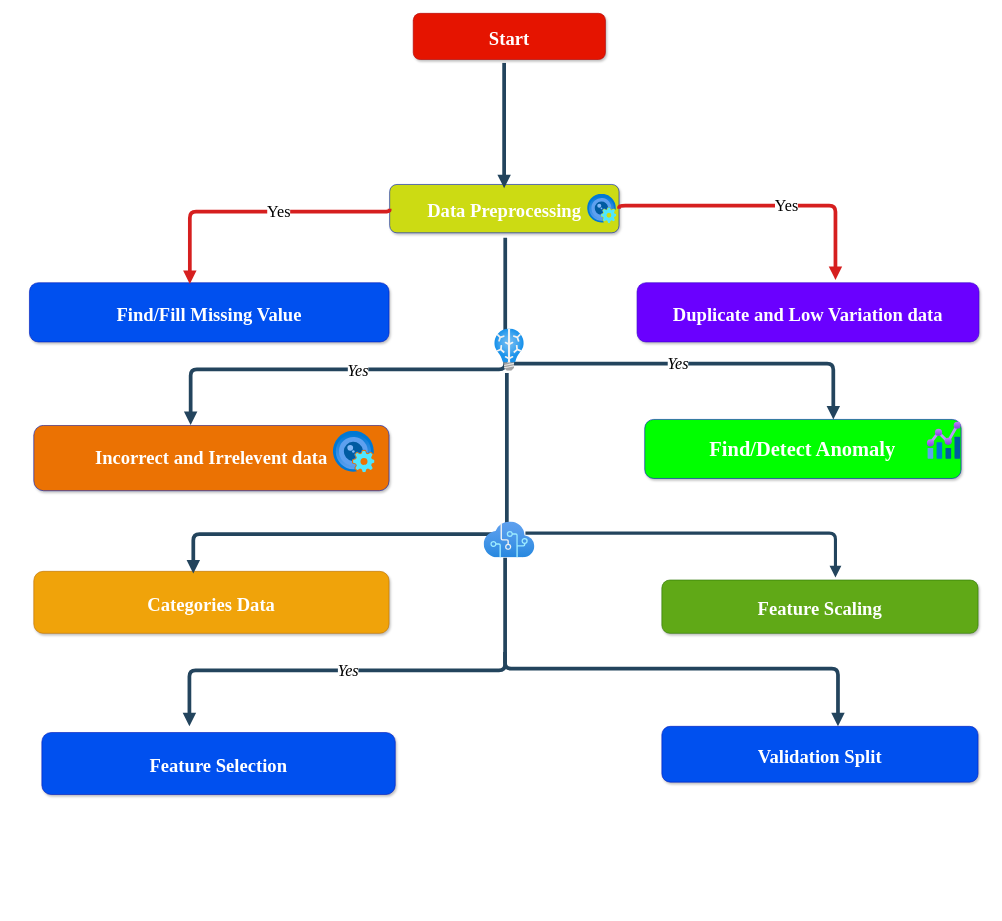
Earlier version of the draw.io diagram page "Data Preprocessing" (2 of 3) of Untitled Diagram.drawio (Danut168/Advertistiing-Bugdet-and-Sales). Source tidied: cells renumbered, new cells numbered last; positions are measured from the earlier drawing's top-left corner, leaving out a move shared by most shapes. Both pictures are drawn from the tidied source at 62%, with x=0, y=0 at pixel (29, 13).
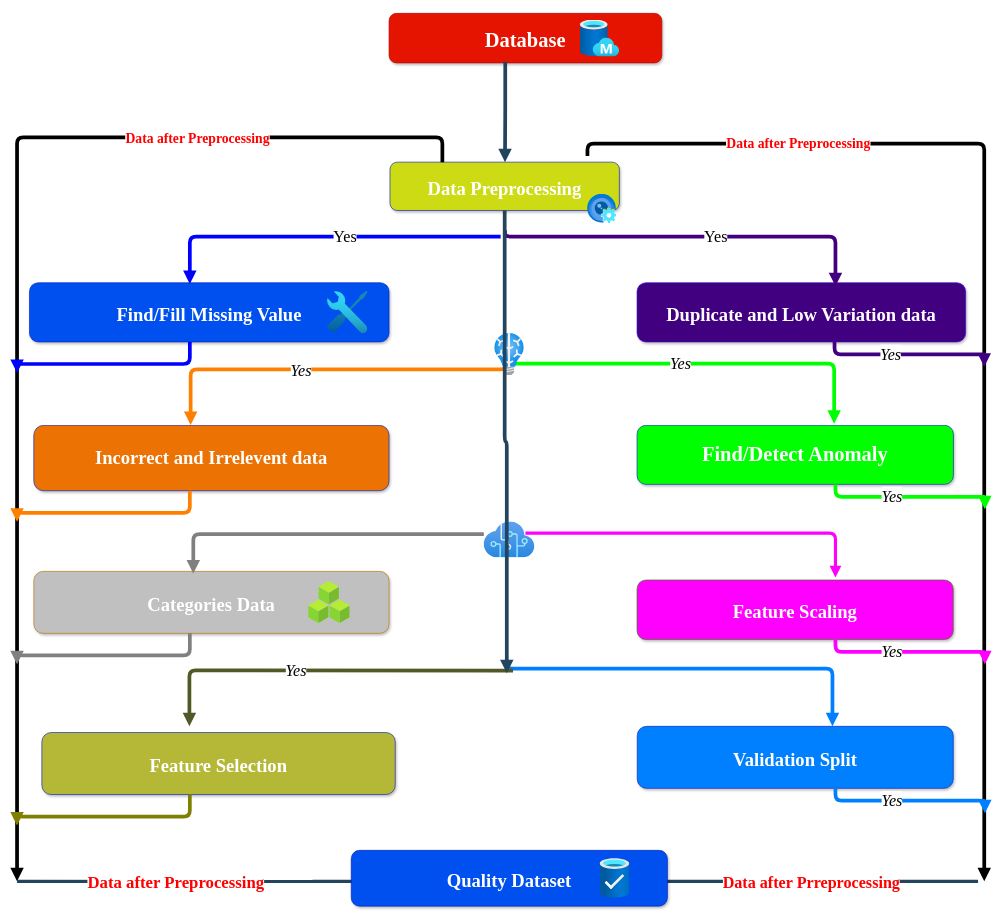
After the change.

The change refers to these unchanged cells:
```xml
<mxCell id="2" value="Find/Fill Missing Value" style="rounded=1;fillColor=#0050ef;strokeColor=#001DBC;shadow=1;fontStyle=1;fontColor=#ffffff;fontSize=30;fontFamily=Times New Roman;" parent="1" vertex="1">
  <mxGeometry y="434.5" width="580" height="95.5" as="geometry" />
</mxCell>
<mxCell id="29" style="image;html=1;points=[];align=center;fontSize=12;image=img/lib/azure2/ai_machine_learning/Cognitive_Services.svg;" parent="1" vertex="1">
  <mxGeometry x="732.9" y="820" width="82.2" height="58" as="geometry" />
</mxCell>
```

Change to the diagram source:
```diff
@@
-    <mxCell id="3" value="Categories Data" style="rounded=1;fillColor=#f0a30a;strokeColor=#BD7000;shadow=1;fontStyle=1;fontColor=#ffffff;fontSize=30;fontFamily=Times New Roman;" parent="1" vertex="1">
+    <mxCell id="3" value="Categories Data" style="rounded=1;fillColor=#c0c0c0;strokeColor=#BD7000;shadow=1;fontStyle=1;fontColor=#ffffff;fontSize=30;fontFamily=Times New Roman;" parent="1" vertex="1">
       <mxGeometry x="7" y="900" width="573" height="100" as="geometry" />
     </mxCell>
-    <mxCell id="4" value="Feature Scaling" style="rounded=1;fillColor=#60a917;strokeColor=#2D7600;shadow=1;fontStyle=1;fontColor=#ffffff;fontSize=30;fontFamily=Times New Roman;" parent="1" vertex="1">
-      <mxGeometry x="1020" y="914" width="510" height="86" as="geometry" />
+    <mxCell id="4" value="Feature Scaling" style="rounded=1;fillColor=#ff00ff;strokeColor=#2D7600;shadow=1;fontStyle=1;fontColor=#ffffff;fontSize=30;fontFamily=Times New Roman;" parent="1" vertex="1">
+      <mxGeometry x="980" y="914" width="510" height="96" as="geometry" />
     </mxCell>
-    <mxCell id="5" value="Validation Split" style="rounded=1;fillColor=#0050ef;strokeColor=#001DBC;shadow=1;fontStyle=1;fontSize=30;fontFamily=Times New Roman;fontColor=#ffffff;" parent="1" vertex="1">
-      <mxGeometry x="1020" y="1150" width="510" height="90" as="geometry" />
+    <mxCell id="5" value="Validation Split" style="rounded=1;fillColor=#0080ff;strokeColor=#001DBC;shadow=1;fontStyle=1;fontSize=30;fontFamily=Times New Roman;fontColor=#ffffff;" parent="1" vertex="1">
+      <mxGeometry x="980.3" y="1150" width="509.7" height="100" as="geometry" />
     </mxCell>
-    <mxCell id="6" value="Start" style="rounded=1;shadow=1;fontStyle=1;fontSize=30;fillColor=#e51400;fillStyle=auto;fontFamily=Times New Roman;fontColor=#ffffff;strokeColor=#B20000;" parent="1" vertex="1">
-      <mxGeometry x="619" width="310" height="74.5" as="geometry" />
+    <mxCell id="6" value="Database" style="rounded=1;shadow=1;fontStyle=1;fontSize=33;fillColor=#e51400;fillStyle=auto;fontFamily=Times New Roman;fontColor=#ffffff;strokeColor=#B20000;" parent="1" vertex="1">
+      <mxGeometry x="580" width="440" height="80" as="geometry" />
     </mxCell>
     <mxCell id="7" value="Data Preprocessing" style="rounded=1;fillColor=#ccdb13;strokeColor=#001DBC;shadow=1;fontStyle=1;fontColor=#ffffff;fontSize=30;fontFamily=Times New Roman;" parent="1" vertex="1">
-      <mxGeometry x="581" y="276" width="370" height="78" as="geometry" />
+      <mxGeometry x="581.5" y="240" width="370" height="78" as="geometry" />
     </mxCell>
-    <mxCell id="8" value="Duplicate and Low Variation data" style="rounded=1;fillColor=#6a00ff;strokeColor=#3700CC;shadow=1;fontStyle=1;fontColor=#ffffff;fontSize=30;fontFamily=Times New Roman;" parent="1" vertex="1">
-      <mxGeometry x="980" y="434.5" width="551.5" height="95.5" as="geometry" />
+    <mxCell id="8" value="Duplicate and Low Variation data" style="rounded=1;fillColor=#400080;strokeColor=#3700CC;shadow=1;fontStyle=1;fontColor=#ffffff;fontSize=30;fontFamily=Times New Roman;" parent="1" vertex="1">
+      <mxGeometry x="980" y="434.5" width="530" height="95.5" as="geometry" />
     </mxCell>
     <mxCell id="9" style="edgeStyle=elbowEdgeStyle;elbow=vertical;strokeWidth=6;endArrow=block;endFill=1;fontStyle=1;strokeColor=#23445D;flowAnimation=1;" parent="1" edge="1">
       <mxGeometry x="22" y="165.5" as="geometry">
-        <mxPoint x="765.6" y="80" as="sourcePoint" />
-        <mxPoint x="765.6" y="282" as="targetPoint" />
+        <mxPoint x="767.4" y="78" as="sourcePoint" />
+        <mxPoint x="767" y="240" as="targetPoint" />
       </mxGeometry>
     </mxCell>
-    <mxCell id="10" style="edgeStyle=elbowEdgeStyle;elbow=vertical;strokeWidth=6;endArrow=block;endFill=1;fontStyle=1;strokeColor=#d61f1f;flowAnimation=1;shadow=0;textShadow=0;exitX=0;exitY=0.5;exitDx=0;exitDy=0;entryX=0.446;entryY=0.022;entryDx=0;entryDy=0;entryPerimeter=0;" parent="1" edge="1" source="7" target="2">
+    <mxCell id="10" style="edgeStyle=elbowEdgeStyle;elbow=vertical;strokeWidth=6;endArrow=block;endFill=1;fontStyle=1;strokeColor=#0000ff;flowAnimation=1;shadow=0;textShadow=0;entryX=0.446;entryY=0.022;entryDx=0;entryDy=0;entryPerimeter=0;" parent="1" edge="1" target="2">
       <mxGeometry x="22" y="165.5" as="geometry">
+        <mxPoint x="760" y="360" as="sourcePoint" />
         <Array as="points">
-          <mxPoint x="508" y="320" />
+          <mxPoint x="500" y="360" />
           <mxPoint x="480" y="323" />
           <mxPoint x="732" y="430" />
         </Array>
       </mxGeometry>
     </mxCell>
@@
-    <mxCell id="12" style="edgeStyle=elbowEdgeStyle;elbow=vertical;strokeWidth=6;endArrow=block;endFill=1;fontStyle=1;strokeColor=#23445D;flowAnimation=1;entryX=0.449;entryY=0.035;entryDx=0;entryDy=0;entryPerimeter=0;" parent="1" edge="1" target="3">
+    <mxCell id="12" style="edgeStyle=elbowEdgeStyle;elbow=vertical;strokeWidth=6;endArrow=block;endFill=1;fontStyle=1;strokeColor=#808080;flowAnimation=1;entryX=0.449;entryY=0.035;entryDx=0;entryDy=0;entryPerimeter=0;" parent="1" edge="1" source="29" target="3">
       <mxGeometry x="22" y="165.5" as="geometry">
-        <mxPoint x="770" y="580" as="sourcePoint" />
         <Array as="points">
           <mxPoint x="520" y="840" />
           <mxPoint x="510" y="860" />
         </Array>
       </mxGeometry>
     </mxCell>
-    <mxCell id="13" style="edgeStyle=elbowEdgeStyle;elbow=vertical;strokeWidth=6;endArrow=block;endFill=1;fontStyle=1;strokeColor=#23445D;flowAnimation=1;entryX=0.557;entryY=0;entryDx=0;entryDy=0;entryPerimeter=0;" parent="1" edge="1" target="5">
+    <mxCell id="13" style="edgeStyle=elbowEdgeStyle;elbow=vertical;strokeWidth=6;endArrow=block;endFill=1;fontStyle=1;strokeColor=#0080ff;flowAnimation=1;entryX=0.557;entryY=0;entryDx=0;entryDy=0;entryPerimeter=0;" parent="1" edge="1">
       <mxGeometry x="22" y="165.5" as="geometry">
-        <mxPoint x="767" y="1030" as="sourcePoint" />
+        <mxPoint x="770" y="1050" as="sourcePoint" />
+        <mxPoint x="1295.2" y="1150" as="targetPoint" />
         <Array as="points">
-          <mxPoint x="824" y="1057" />
-          <mxPoint x="945" y="1032" />
+          <mxPoint x="855" y="1057" />
+          <mxPoint x="976" y="1032" />
         </Array>
       </mxGeometry>
     </mxCell>
@@
-    <mxCell id="15" value="Feature Selection " style="rounded=1;fillColor=#0050ef;strokeColor=#001DBC;shadow=1;fontStyle=1;fontColor=#ffffff;fontSize=30;fontFamily=Times New Roman;" parent="1" vertex="1">
+    <mxCell id="15" value="Feature Selection " style="rounded=1;fillColor=#b5b836;strokeColor=#001DBC;shadow=1;fontStyle=1;fontColor=#ffffff;fontSize=30;fontFamily=Times New Roman;" parent="1" vertex="1">
       <mxGeometry x="20" y="1160" width="570" height="100" as="geometry" />
     </mxCell>
-    <mxCell id="16" style="edgeStyle=elbowEdgeStyle;elbow=vertical;strokeWidth=5;endArrow=block;endFill=1;fontStyle=1;strokeColor=#23445D;flowAnimation=1;exitX=0.816;exitY=0.317;exitDx=0;exitDy=0;exitPerimeter=0;" parent="1" edge="1" source="29">
+    <mxCell id="16" style="edgeStyle=elbowEdgeStyle;elbow=vertical;strokeWidth=5;endArrow=block;endFill=1;fontStyle=1;strokeColor=#ff00ff;flowAnimation=1;exitX=0.816;exitY=0.317;exitDx=0;exitDy=0;exitPerimeter=0;" parent="1" edge="1" source="29">
       <mxGeometry x="22" y="165.5" as="geometry">
         <mxPoint x="1300" y="910" as="targetPoint" />
         <Array as="points">
           <mxPoint x="1002" y="838.4" />
         </Array>
       </mxGeometry>
     </mxCell>
-    <mxCell id="17" style="edgeStyle=elbowEdgeStyle;elbow=vertical;strokeWidth=6;endArrow=block;endFill=1;fontStyle=1;strokeColor=#23445D;flowAnimation=1;exitX=0.531;exitY=1.07;exitDx=0;exitDy=0;exitPerimeter=0;" parent="1" edge="1">
+    <mxCell id="17" style="edgeStyle=elbowEdgeStyle;elbow=vertical;strokeWidth=6;endArrow=block;endFill=1;fontStyle=1;strokeColor=#ff8000;flowAnimation=1;" parent="1" edge="1">
       <mxGeometry x="22" y="165.5" as="geometry">
-        <mxPoint x="767.4" y="362" as="sourcePoint" />
+        <mxPoint x="770" y="550" as="sourcePoint" />
         <mxPoint x="260" y="664" as="targetPoint" />
         <Array as="points">
           <mxPoint x="622.9" y="574.3" />
         </Array>
       </mxGeometry>
     </mxCell>
@@
     <mxCell id="19" value="Find/Detect Anomaly " style="whiteSpace=wrap;html=1;fontSize=33;fillColor=#00ff00;strokeColor=#001DBC;fontColor=#ffffff;rounded=1;shadow=1;fontStyle=1;fontFamily=Times New Roman;" parent="1" vertex="1">
-      <mxGeometry x="992.4" y="655" width="510.3" height="95.2" as="geometry" />
+      <mxGeometry x="980" y="664.5" width="510.3" height="95.2" as="geometry" />
     </mxCell>
-    <mxCell id="20" style="edgeStyle=elbowEdgeStyle;elbow=vertical;strokeWidth=6;endArrow=block;endFill=1;fontStyle=1;strokeColor=#23445D;flowAnimation=1;entryX=0.596;entryY=0;entryDx=0;entryDy=0;entryPerimeter=0;" parent="1" edge="1" target="19">
+    <mxCell id="20" style="edgeStyle=elbowEdgeStyle;elbow=vertical;strokeWidth=6;endArrow=block;endFill=1;fontStyle=1;strokeColor=#00ff00;flowAnimation=1;entryX=0.623;entryY=-0.026;entryDx=0;entryDy=0;entryPerimeter=0;" parent="1" edge="1" target="19">
       <mxGeometry x="22" y="165.5" as="geometry">
         <mxPoint x="772" y="572" as="sourcePoint" />
         <Array as="points">
           <mxPoint x="1027" y="565" />
         </Array>
       </mxGeometry>
     </mxCell>
@@
-    <mxCell id="22" style="image;html=1;align=center;fontSize=12;image=img/lib/azure2/management_governance/Metrics.svg;" parent="1" vertex="1">
-      <mxGeometry x="1447.9" y="655" width="54.8" height="68" as="geometry" />
-    </mxCell>
-    <mxCell id="23" style="image;html=1;align=center;fontSize=12;image=img/lib/azure2/ai_machine_learning/Custom_Vision.svg;" parent="1" vertex="1">
-      <mxGeometry x="490" y="673.8" width="67" height="67" as="geometry" />
-    </mxCell>
     <mxCell id="24" style="image;html=1;align=center;fontSize=12;image=img/lib/azure2/ai_machine_learning/Batch_AI.svg;" parent="1" vertex="1">
-      <mxGeometry x="750" y="509" width="48" height="68" as="geometry" />
+      <mxGeometry x="750" y="516.2" width="48" height="68" as="geometry" />
     </mxCell>
@@
-    <mxCell id="26" style="edgeStyle=elbowEdgeStyle;elbow=vertical;strokeWidth=6;endArrow=block;endFill=1;fontStyle=1;strokeColor=#d61f1f;flowAnimation=1;shadow=0;textShadow=0;exitX=1;exitY=0.5;exitDx=0;exitDy=0;" parent="1" edge="1" source="7">
+    <mxCell id="26" style="edgeStyle=elbowEdgeStyle;elbow=vertical;strokeWidth=6;endArrow=block;endFill=1;fontStyle=1;strokeColor=#400080;flowAnimation=1;shadow=0;textShadow=0;" parent="1" edge="1">
       <mxGeometry x="22" y="165.5" as="geometry">
-        <mxPoint x="1300" y="430" as="targetPoint" />
+        <mxPoint x="767" y="350" as="sourcePoint" />
+        <mxPoint x="1300" y="440" as="targetPoint" />
         <Array as="points">
-          <mxPoint x="1178" y="310" />
-          <mxPoint x="1150" y="313" />
-          <mxPoint x="1402" y="420" />
+          <mxPoint x="1164" y="360" />
+          <mxPoint x="1136" y="363" />
+          <mxPoint x="1388" y="470" />
         </Array>
       </mxGeometry>
     </mxCell>
@@
-    <mxCell id="30" style="edgeStyle=elbowEdgeStyle;elbow=vertical;strokeWidth=6;endArrow=block;endFill=1;fontStyle=1;strokeColor=#23445D;flowAnimation=1;entryX=0.452;entryY=-0.03;entryDx=0;entryDy=0;entryPerimeter=0;" parent="1" edge="1">
+    <mxCell id="30" style="edgeStyle=elbowEdgeStyle;elbow=vertical;strokeWidth=6;endArrow=block;endFill=1;fontStyle=1;strokeColor=#535827;flowAnimation=1;entryX=0.452;entryY=-0.03;entryDx=0;entryDy=0;entryPerimeter=0;" parent="1" edge="1">
       <mxGeometry x="22" y="165.5" as="geometry">
-        <mxPoint x="767.2" y="878" as="sourcePoint" />
+        <mxPoint x="780" y="1060" as="sourcePoint" />
         <mxPoint x="258" y="1150" as="targetPoint" />
         <Array as="points">
           <mxPoint x="630.9" y="1059.8" />
         </Array>
       </mxGeometry>
     </mxCell>
@@
+    <mxCell id="32" style="image;html=1;align=center;fontSize=12;image=img/lib/azure2/databases/Managed_Database.svg;" parent="1" vertex="1">
+      <mxGeometry x="888.3" y="10.5" width="63.2" height="59.5" as="geometry" />
+    </mxCell>
+    <mxCell id="33" style="edgeStyle=elbowEdgeStyle;elbow=vertical;strokeWidth=6;endArrow=block;endFill=1;fontStyle=1;strokeColor=#000000;flowAnimation=1;shadow=0;textShadow=0;" parent="1" edge="1">
+      <mxGeometry x="22" y="165.5" as="geometry">
+        <mxPoint x="666" y="240" as="sourcePoint" />
+        <mxPoint x="-20" y="1400" as="targetPoint" />
+        <Array as="points">
+          <mxPoint x="221" y="200" />
+          <mxPoint x="201" y="163" />
+          <mxPoint x="453" y="270" />
+        </Array>
+      </mxGeometry>
+    </mxCell>
+    <mxCell id="34" value="&lt;font style=&quot;font-size: 22px;&quot; face=&quot;Times New Roman&quot; color=&quot;#ff0000&quot;&gt;&lt;b style=&quot;font-size: 22px;&quot;&gt;Data after Preprocessing&lt;/b&gt;&lt;/font&gt;" style="edgeLabel;html=1;align=center;verticalAlign=middle;fontSize=22;" parent="33" vertex="1">
+      <mxGeometry relative="1" as="geometry">
+        <mxPoint x="290" y="-236" as="offset" />
+      </mxGeometry>
+    </mxCell>
+    <mxCell id="35" style="edgeStyle=elbowEdgeStyle;elbow=vertical;strokeWidth=6;endArrow=block;endFill=1;fontStyle=1;strokeColor=#000000;flowAnimation=1;shadow=0;textShadow=0;" parent="1" edge="1">
+      <mxGeometry x="22" y="165.5" as="geometry">
+        <mxPoint x="900" y="230" as="sourcePoint" />
+        <mxPoint x="1540" y="1400" as="targetPoint" />
+        <Array as="points">
+          <mxPoint x="1791" y="210" />
+          <mxPoint x="1771" y="173" />
+          <mxPoint x="2023" y="280" />
+        </Array>
+      </mxGeometry>
+    </mxCell>
+    <mxCell id="36" value="&lt;b&gt;&lt;font face=&quot;Times New Roman&quot; style=&quot;font-size: 22px;&quot;&gt;&lt;font style=&quot;font-size: 22px;&quot; color=&quot;#ff0000&quot;&gt;Data after Preprocessing &lt;/font&gt;&lt;br&gt;&lt;/font&gt;&lt;/b&gt;" style="edgeLabel;html=1;align=center;verticalAlign=middle;" parent="35" vertex="1">
+      <mxGeometry relative="1" as="geometry">
+        <mxPoint x="-301" y="-266" as="offset" />
+      </mxGeometry>
+    </mxCell>
+    <mxCell id="37" style="edgeStyle=elbowEdgeStyle;elbow=vertical;strokeWidth=5;endArrow=block;endFill=1;fontStyle=1;strokeColor=#23445D;flowAnimation=1;" parent="1" edge="1">
+      <mxGeometry x="22" y="165.5" as="geometry">
+        <mxPoint x="-20" y="1400" as="sourcePoint" />
+        <mxPoint x="620" y="1400" as="targetPoint" />
+        <Array as="points">
+          <mxPoint x="92" y="1400.4" />
+        </Array>
+      </mxGeometry>
+    </mxCell>
+    <mxCell id="38" value="&lt;b&gt;&lt;font size=&quot;1&quot; face=&quot;Times New Roman&quot;&gt;&lt;font style=&quot;font-size: 27px;&quot; color=&quot;#ff0000&quot;&gt;Data after Preprocessing&lt;/font&gt;&lt;/font&gt;&lt;font size=&quot;1&quot; face=&quot;Times New Roman&quot;&gt;&lt;br&gt;&lt;/font&gt;&lt;/b&gt;" style="edgeLabel;html=1;align=center;verticalAlign=middle;" parent="37" vertex="1">
+      <mxGeometry relative="1" as="geometry">
+        <mxPoint x="-64" y="2" as="offset" />
+      </mxGeometry>
+    </mxCell>
+    <mxCell id="39" style="edgeStyle=elbowEdgeStyle;elbow=horizontal;strokeWidth=5;endArrow=block;endFill=1;fontStyle=1;strokeColor=#23445D;flowAnimation=1;" parent="1" edge="1">
+      <mxGeometry x="22" y="165.5" as="geometry">
+        <mxPoint x="1530" y="1400" as="sourcePoint" />
+        <mxPoint x="980" y="1400" as="targetPoint" />
+        <Array as="points">
+          <mxPoint x="452" y="1400.4" />
+        </Array>
+      </mxGeometry>
+    </mxCell>
+    <mxCell id="40" value="&lt;font color=&quot;#ff0000&quot; style=&quot;font-size: 26px;&quot; face=&quot;Times New Roman&quot;&gt;&lt;b&gt;Data after Prreprocessing&lt;/b&gt;&lt;/font&gt;&lt;font color=&quot;#ff0000&quot; style=&quot;font-size: 26px;&quot; face=&quot;Times New Roman&quot;&gt;&lt;br&gt;&lt;/font&gt;" style="edgeLabel;html=1;align=center;verticalAlign=middle;" parent="39" vertex="1">
+      <mxGeometry relative="1" as="geometry">
+        <mxPoint x="533" y="2" as="offset" />
+      </mxGeometry>
+    </mxCell>
+    <mxCell id="41" value="Quality Dataset" style="rounded=1;fillColor=#0050ef;strokeColor=#001DBC;shadow=1;fontStyle=1;fontSize=30;fontFamily=Times New Roman;fontColor=#ffffff;" parent="1" vertex="1">
+      <mxGeometry x="519" y="1350" width="510" height="90" as="geometry" />
+    </mxCell>
+    <mxCell id="42" style="image;html=1;align=center;fontSize=12;image=img/lib/azure2/general/Production_Ready_Database.svg;" parent="1" vertex="1">
+      <mxGeometry x="920" y="1363" width="48" height="64" as="geometry" />
+    </mxCell>
+    <mxCell id="43" style="image;html=1;align=center;fontSize=12;image=img/lib/azure2/general/Troubleshoot.svg;" parent="1" vertex="1">
+      <mxGeometry x="480" y="448.2" width="66" height="68" as="geometry" />
+    </mxCell>
+    <mxCell id="44" style="image;html=1;align=center;fontSize=12;image=img/lib/azure2/general/Cubes.svg;" parent="1" vertex="1">
+      <mxGeometry x="450" y="916" width="67" height="68" as="geometry" />
+    </mxCell>
+    <mxCell id="45" style="edgeStyle=elbowEdgeStyle;elbow=vertical;strokeWidth=6;endArrow=block;endFill=1;fontStyle=1;strokeColor=#0000ff;flowAnimation=1;exitX=0.446;exitY=1;exitDx=0;exitDy=0;exitPerimeter=0;" parent="1" edge="1">
+      <mxGeometry x="22" y="165.5" as="geometry">
+        <mxPoint x="258.7" y="530" as="sourcePoint" />
+        <mxPoint x="-20" y="580" as="targetPoint" />
+        <Array as="points">
+          <mxPoint x="592.9" y="565.6" />
+        </Array>
+      </mxGeometry>
+    </mxCell>
+    <mxCell id="46" style="edgeStyle=elbowEdgeStyle;elbow=vertical;strokeWidth=6;endArrow=block;endFill=1;fontStyle=1;strokeColor=#ff8000;flowAnimation=1;exitX=0.446;exitY=1;exitDx=0;exitDy=0;exitPerimeter=0;" parent="1" edge="1">
+      <mxGeometry x="22" y="165.5" as="geometry">
+        <mxPoint x="258.7" y="770" as="sourcePoint" />
+        <mxPoint x="-20" y="820" as="targetPoint" />
+        <Array as="points">
+          <mxPoint x="592.9" y="805.6" />
+        </Array>
+      </mxGeometry>
+    </mxCell>
+    <mxCell id="47" style="edgeStyle=elbowEdgeStyle;elbow=vertical;strokeWidth=6;endArrow=block;endFill=1;fontStyle=1;strokeColor=#808080;flowAnimation=1;exitX=0.446;exitY=1;exitDx=0;exitDy=0;exitPerimeter=0;" parent="1" edge="1">
+      <mxGeometry x="22" y="165.5" as="geometry">
+        <mxPoint x="258.7" y="1000" as="sourcePoint" />
+        <mxPoint x="-20" y="1050" as="targetPoint" />
+        <Array as="points">
+          <mxPoint x="592.9" y="1035.6" />
+        </Array>
+      </mxGeometry>
+    </mxCell>
+    <mxCell id="48" style="edgeStyle=elbowEdgeStyle;elbow=vertical;strokeWidth=6;endArrow=block;endFill=1;fontStyle=1;strokeColor=#808000;flowAnimation=1;exitX=0.446;exitY=1;exitDx=0;exitDy=0;exitPerimeter=0;" parent="1" edge="1">
+      <mxGeometry x="22" y="165.5" as="geometry">
+        <mxPoint x="258.7" y="1260" as="sourcePoint" />
+        <mxPoint x="-20" y="1310" as="targetPoint" />
+        <Array as="points">
+          <mxPoint x="592.9" y="1295.6" />
+        </Array>
+      </mxGeometry>
+    </mxCell>
+    <mxCell id="49" style="edgeStyle=elbowEdgeStyle;elbow=vertical;strokeWidth=6;endArrow=block;endFill=1;fontStyle=1;strokeColor=#400080;flowAnimation=1;exitX=0.601;exitY=1;exitDx=0;exitDy=0;exitPerimeter=0;" parent="1" edge="1" source="8">
+      <mxGeometry x="22" y="165.5" as="geometry">
+        <mxPoint x="1540" y="570" as="targetPoint" />
+        <Array as="points">
+          <mxPoint x="1400" y="550" />
+        </Array>
+      </mxGeometry>
+    </mxCell>
+    <mxCell id="50" value="&lt;i&gt;&lt;font style=&quot;font-size: 26px;&quot; face=&quot;Times New Roman&quot;&gt;Yes&lt;/font&gt;&lt;/i&gt;" style="edgeLabel;html=1;align=center;verticalAlign=middle;" parent="49" vertex="1">
+      <mxGeometry relative="1" as="geometry">
+        <mxPoint x="-31" y="-1" as="offset" />
+      </mxGeometry>
+    </mxCell>
+    <mxCell id="51" style="edgeStyle=elbowEdgeStyle;elbow=vertical;strokeWidth=6;endArrow=block;endFill=1;fontStyle=1;strokeColor=#00ff00;flowAnimation=1;exitX=0.601;exitY=1;exitDx=0;exitDy=0;exitPerimeter=0;" parent="1" edge="1">
+      <mxGeometry x="22" y="165.5" as="geometry">
+        <mxPoint x="1300" y="759.8" as="sourcePoint" />
+        <mxPoint x="1541" y="799.8" as="targetPoint" />
+        <Array as="points">
+          <mxPoint x="1401" y="779.8" />
+        </Array>
+      </mxGeometry>
+    </mxCell>
+    <mxCell id="52" value="&lt;i&gt;&lt;font style=&quot;font-size: 26px;&quot; face=&quot;Times New Roman&quot;&gt;Yes&lt;/font&gt;&lt;/i&gt;" style="edgeLabel;html=1;align=center;verticalAlign=middle;" parent="51" vertex="1">
+      <mxGeometry relative="1" as="geometry">
+        <mxPoint x="-31" y="-1" as="offset" />
+      </mxGeometry>
+    </mxCell>
+    <mxCell id="53" style="edgeStyle=elbowEdgeStyle;elbow=vertical;strokeWidth=6;endArrow=block;endFill=1;fontStyle=1;strokeColor=#ff00ff;flowAnimation=1;exitX=0.601;exitY=1;exitDx=0;exitDy=0;exitPerimeter=0;" parent="1" edge="1">
+      <mxGeometry x="22" y="165.5" as="geometry">
+        <mxPoint x="1300" y="1010" as="sourcePoint" />
+        <mxPoint x="1541" y="1050" as="targetPoint" />
+        <Array as="points">
+          <mxPoint x="1401" y="1030" />
+        </Array>
+      </mxGeometry>
+    </mxCell>
+    <mxCell id="54" value="&lt;i&gt;&lt;font style=&quot;font-size: 26px;&quot; face=&quot;Times New Roman&quot;&gt;Yes&lt;/font&gt;&lt;/i&gt;" style="edgeLabel;html=1;align=center;verticalAlign=middle;" parent="53" vertex="1">
+      <mxGeometry relative="1" as="geometry">
+        <mxPoint x="-31" y="-1" as="offset" />
+      </mxGeometry>
+    </mxCell>
+    <mxCell id="55" style="edgeStyle=elbowEdgeStyle;elbow=vertical;strokeWidth=6;endArrow=block;endFill=1;fontStyle=1;strokeColor=#0080ff;flowAnimation=1;exitX=0.601;exitY=1;exitDx=0;exitDy=0;exitPerimeter=0;" parent="1" edge="1">
+      <mxGeometry x="22" y="165.5" as="geometry">
+        <mxPoint x="1300" y="1250" as="sourcePoint" />
+        <mxPoint x="1541" y="1290" as="targetPoint" />
+        <Array as="points">
+          <mxPoint x="1401" y="1270" />
+        </Array>
+      </mxGeometry>
+    </mxCell>
+    <mxCell id="56" value="&lt;i&gt;&lt;font style=&quot;font-size: 26px;&quot; face=&quot;Times New Roman&quot;&gt;Yes&lt;/font&gt;&lt;/i&gt;" style="edgeLabel;html=1;align=center;verticalAlign=middle;" parent="55" vertex="1">
+      <mxGeometry relative="1" as="geometry">
+        <mxPoint x="-31" y="-1" as="offset" />
+      </mxGeometry>
+    </mxCell>
+    <mxCell id="57" style="edgeStyle=elbowEdgeStyle;elbow=vertical;strokeWidth=6;endArrow=block;endFill=1;fontStyle=1;strokeColor=#23445D;flowAnimation=1;exitX=0.5;exitY=1;exitDx=0;exitDy=0;" parent="1" edge="1" source="7">
+      <mxGeometry x="22" y="165.5" as="geometry">
+        <mxPoint x="769.9" y="1064.2" as="targetPoint" />
+      </mxGeometry>
+    </mxCell>
```
